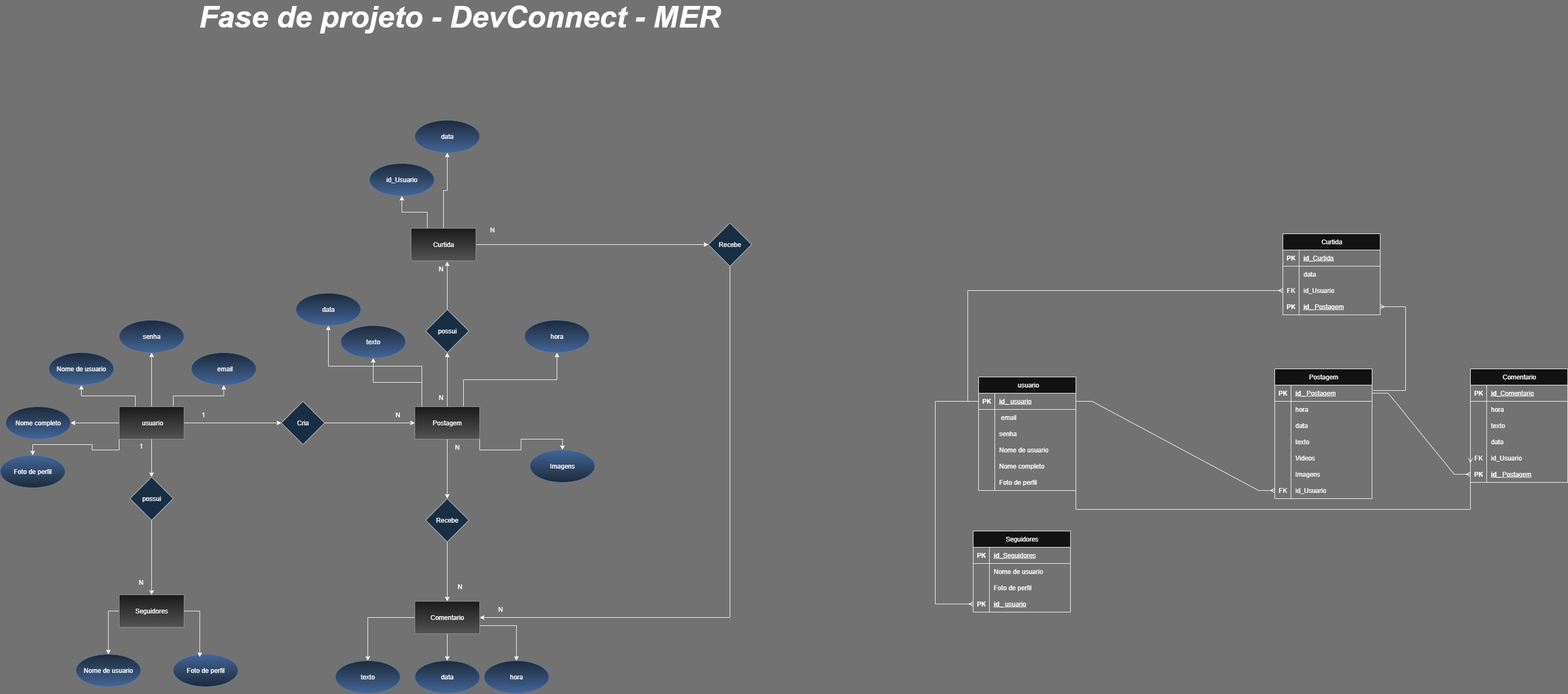
The draw.io diagram static_devconnect/Banco de Dados/DevConnect.drawio.png in matheusDEV-01/2S-DevConnect-, before a commit. Source tidied: cells renumbered, new cells last; positions are measured from the earlier drawing's top-left corner, leaving out a move shared by most shapes.
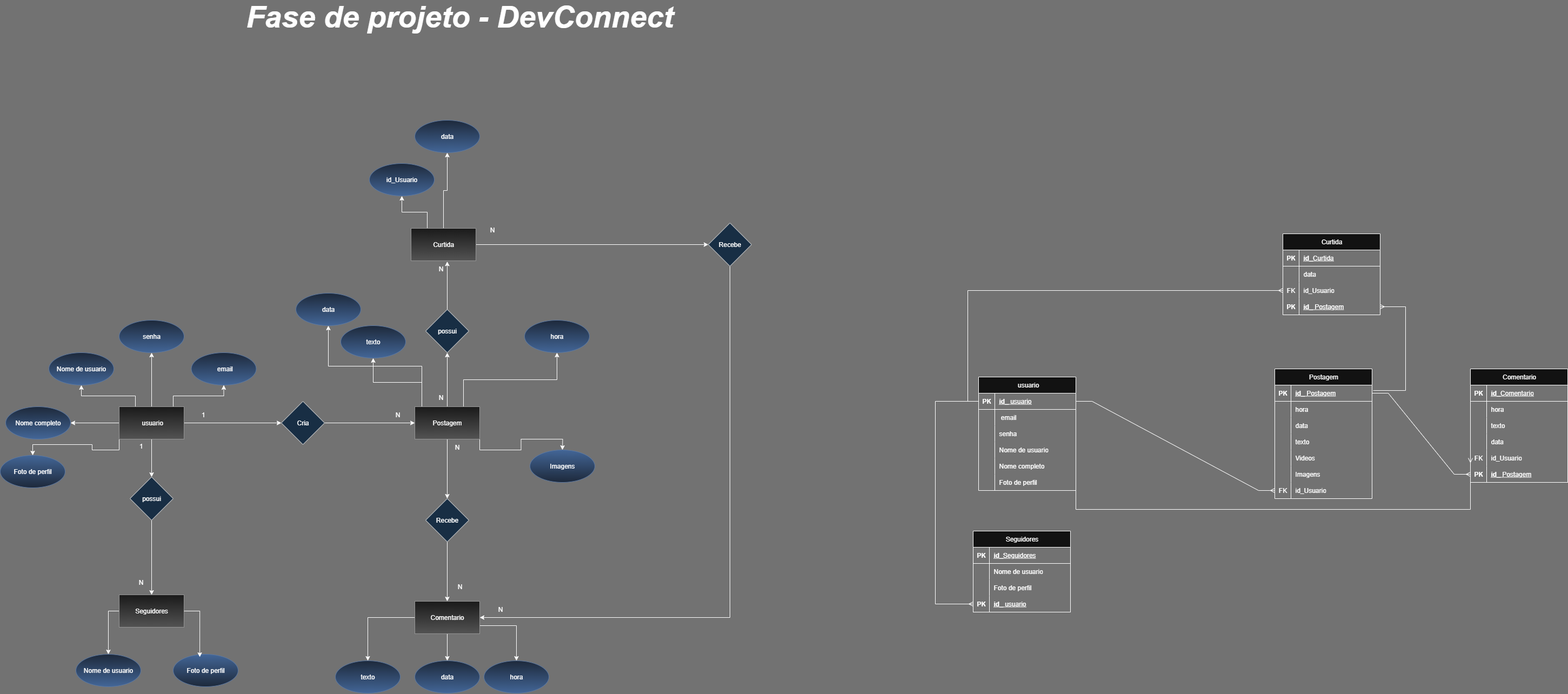
Later version of the same file.

Commit message:
Fase de projeto - MER e Modelo Lógico

The edit, as a diff of the source:
```diff
@@ -478,7 +478,7 @@
         </Array>
       </mxGeometry>
     </mxCell>
-    <mxCell id="151" value=" Fase de projeto - DevConnect - MER" style="text;align=center;verticalAlign=middle;rounded=0;fontSize=56;fontStyle=3;" parent="1" vertex="1">
+    <mxCell id="151" value=" Fase de projeto - DevConnect" style="text;align=center;verticalAlign=middle;rounded=0;fontSize=56;fontStyle=3;" parent="1" vertex="1">
       <mxGeometry x="526.5" width="647" height="30" as="geometry" />
     </mxCell>
     <mxCell id="152" style="edgeStyle=entityRelationEdgeStyle;fontSize=12;html=1;endArrow=ERmany;rounded=0;exitX=1;exitY=0.5;exitDx=0;exitDy=0;entryX=0;entryY=0.5;entryDx=0;entryDy=0;" parent="1" edge="1" source="48" target="93">
```
